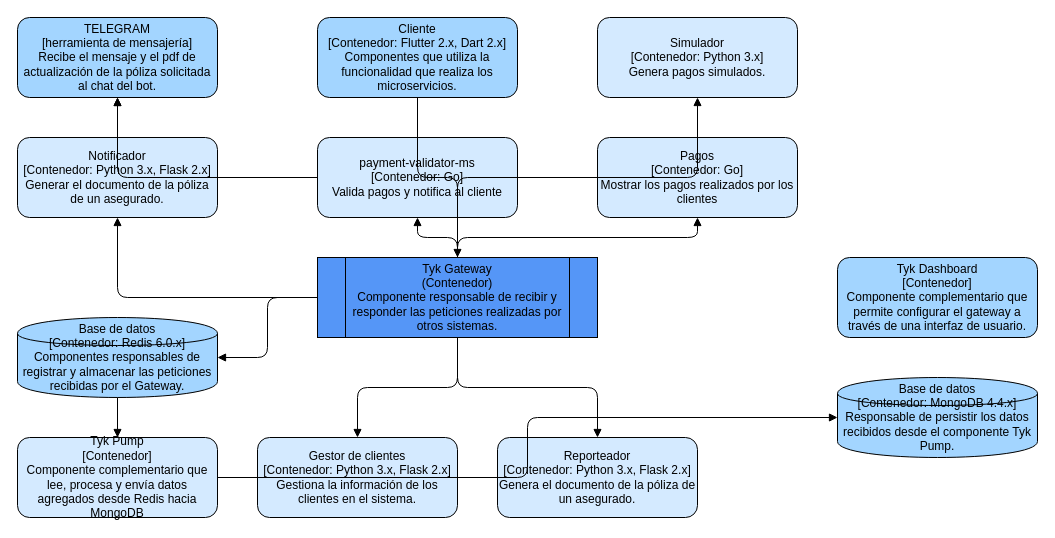
Earlier version of the draw.io diagram docs/03microservicios.drawio (AngelJanvier01/docker-microservicios). Source tidied: cells renumbered, new cells numbered last; positions are measured from the earlier drawing's top-left corner, leaving out a move shared by most shapes. Both pictures are drawn from the tidied source at 100%, with x=0, y=0 at pixel (17, 17).
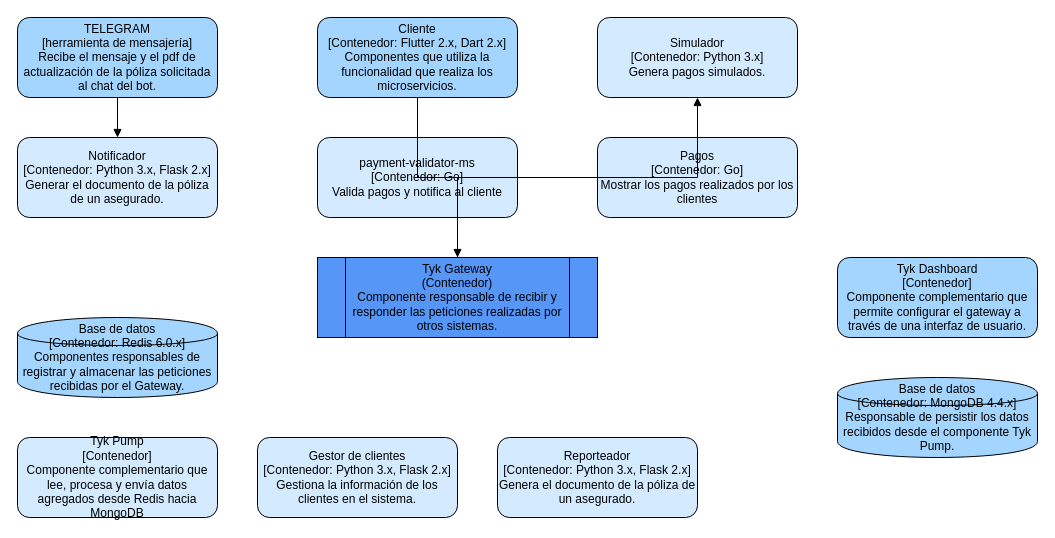
Above is the later version.

The change refers to these unchanged cells:
```xml
<mxCell id="2" value="Tyk Gateway&#10;(Contenedor)&#10;Componente responsable de recibir y responder las peticiones realizadas por otros sistemas." style="shape=process;whiteSpace=wrap;html=1;fillColor=#5596f7;fontSize=12;" parent="1" vertex="1">
  <mxGeometry x="300" y="240" width="280" height="80" as="geometry" />
</mxCell>
<mxCell id="3" value="Cliente&#10;[Contenedor: Flutter 2.x, Dart 2.x]&#10;Componentes que utiliza la funcionalidad que realiza los microservicios." style="shape=rectangle;whiteSpace=wrap;html=1;rounded=1;fillColor=#a3d5ff;fontSize=12;" parent="1" vertex="1">
  <mxGeometry x="300" width="200" height="80" as="geometry" />
</mxCell>
<mxCell id="4" value="TELEGRAM&#10;[herramienta de mensajería]&#10;Recibe el mensaje y el pdf de actualización de la póliza solicitada al chat del bot." style="shape=rectangle;whiteSpace=wrap;html=1;rounded=1;fillColor=#a3d5ff;fontSize=12;" parent="1" vertex="1">
  <mxGeometry width="200" height="80" as="geometry" />
</mxCell>
<mxCell id="5" value="Simulador&#10;[Contenedor: Python 3.x]&#10;Genera pagos simulados." style="shape=rectangle;whiteSpace=wrap;html=1;rounded=1;fillColor=#d4eaff;fontSize=12;" parent="1" vertex="1">
  <mxGeometry x="580" width="200" height="80" as="geometry" />
</mxCell>
<mxCell id="6" value="Notificador&#10;[Contenedor: Python 3.x, Flask 2.x]&#10;Generar el documento de la póliza de un asegurado." style="shape=rectangle;whiteSpace=wrap;html=1;rounded=1;fillColor=#d4eaff;fontSize=12;" parent="1" vertex="1">
  <mxGeometry y="120" width="200" height="80" as="geometry" />
</mxCell>
<mxCell id="7" value="Pagos&#10;[Contenedor: Go]&#10;Mostrar los pagos realizados por los clientes" style="shape=rectangle;whiteSpace=wrap;html=1;rounded=1;fillColor=#d4eaff;fontSize=12;" parent="1" vertex="1">
  <mxGeometry x="580" y="120" width="200" height="80" as="geometry" />
</mxCell>
<mxCell id="8" value="payment-validator-ms&#10;[Contenedor: Go]&#10;Valida pagos y notifica al cliente" style="shape=rectangle;whiteSpace=wrap;html=1;rounded=1;fillColor=#d4eaff;fontSize=12;" parent="1" vertex="1">
  <mxGeometry x="300" y="120" width="200" height="80" as="geometry" />
</mxCell>
<mxCell id="9" value="Base de datos&#10;[Contenedor: Redis 6.0.x]&#10;Componentes responsables de registrar y almacenar las peticiones recibidas por el Gateway." style="shape=cylinder;whiteSpace=wrap;html=1;fillColor=#a3d5ff;fontSize=12;" parent="1" vertex="1">
  <mxGeometry y="300" width="200" height="80" as="geometry" />
</mxCell>
<mxCell id="10" value="Tyk Pump&#10;[Contenedor]&#10;Componente complementario que lee, procesa y envía datos agregados desde Redis hacia MongoDB" style="shape=rectangle;whiteSpace=wrap;html=1;rounded=1;fillColor=#d4eaff;fontSize=12;" parent="1" vertex="1">
  <mxGeometry y="420" width="200" height="80" as="geometry" />
</mxCell>
<mxCell id="11" value="Gestor de clientes&#10;[Contenedor: Python 3.x, Flask 2.x]&#10;Gestiona la información de los clientes en el sistema." style="shape=rectangle;whiteSpace=wrap;html=1;rounded=1;fillColor=#d4eaff;fontSize=12;" parent="1" vertex="1">
  <mxGeometry x="240" y="420" width="200" height="80" as="geometry" />
</mxCell>
<mxCell id="12" value="Reporteador&#10;[Contenedor: Python 3.x, Flask 2.x]&#10;Genera el documento de la póliza de un asegurado." style="shape=rectangle;whiteSpace=wrap;html=1;rounded=1;fillColor=#d4eaff;fontSize=12;" parent="1" vertex="1">
  <mxGeometry x="480" y="420" width="200" height="80" as="geometry" />
</mxCell>
<mxCell id="14" value="Base de datos&#10;[Contenedor: MongoDB 4.4.x]&#10;Responsable de persistir los datos recibidos desde el componente Tyk Pump." style="shape=cylinder;whiteSpace=wrap;html=1;fillColor=#a3d5ff;fontSize=12;" parent="1" vertex="1">
  <mxGeometry x="820" y="360" width="200" height="80" as="geometry" />
</mxCell>
```

Diff of the diagram source:
```diff
@@
-    <mxCell id="15" style="edgeStyle=orthogonalEdgeStyle;rounded=1;html=1;endArrow=block;" parent="1" edge="1" source="3" target="2">
+    <mxCell id="15" style="edgeStyle=orthogonalEdgeStyle;rounded=0;html=1;endArrow=block;" parent="1" edge="1" source="3" target="2">
       <mxGeometry relative="1" as="geometry" />
     </mxCell>
-    <mxCell id="16" style="edgeStyle=orthogonalEdgeStyle;rounded=1;html=1;endArrow=block;" parent="1" edge="1" source="6" target="4">
+    <mxCell id="16" style="edgeStyle=orthogonalEdgeStyle;rounded=0;html=1;endArrow=block;" parent="1" edge="1" source="4" target="6">
       <mxGeometry relative="1" as="geometry" />
     </mxCell>
-    <mxCell id="17" style="edgeStyle=orthogonalEdgeStyle;rounded=1;html=1;endArrow=block;" parent="1" edge="1" source="2" target="5">
+    <mxCell id="17" style="edgeStyle=orthogonalEdgeStyle;rounded=0;html=1;endArrow=block;" parent="1" edge="1" source="2" target="5">
       <mxGeometry relative="1" as="geometry" />
     </mxCell>
-    <mxCell id="18" style="edgeStyle=orthogonalEdgeStyle;rounded=1;html=1;endArrow=block;" parent="1" edge="1" source="2" target="7">
-      <mxGeometry relative="1" as="geometry" />
-    </mxCell>
-    <mxCell id="19" style="edgeStyle=orthogonalEdgeStyle;rounded=1;html=1;endArrow=block;" parent="1" edge="1" source="2" target="8">
-      <mxGeometry relative="1" as="geometry" />
-    </mxCell>
-    <mxCell id="20" style="edgeStyle=orthogonalEdgeStyle;rounded=1;html=1;endArrow=block;" parent="1" edge="1" source="2" target="12">
-      <mxGeometry relative="1" as="geometry" />
-    </mxCell>
-    <mxCell id="21" style="edgeStyle=orthogonalEdgeStyle;rounded=1;html=1;endArrow=block;" parent="1" edge="1" source="2" target="11">
-      <mxGeometry relative="1" as="geometry" />
-    </mxCell>
-    <mxCell id="22" style="edgeStyle=orthogonalEdgeStyle;rounded=1;html=1;endArrow=block;" parent="1" edge="1" source="2" target="6">
-      <mxGeometry relative="1" as="geometry" />
-    </mxCell>
-    <mxCell id="23" style="edgeStyle=orthogonalEdgeStyle;rounded=1;html=1;endArrow=block;" parent="1" edge="1" source="8" target="4">
-      <mxGeometry relative="1" as="geometry" />
-    </mxCell>
-    <mxCell id="24" style="edgeStyle=orthogonalEdgeStyle;rounded=1;html=1;endArrow=block;" parent="1" edge="1" source="9" target="10">
-      <mxGeometry relative="1" as="geometry" />
-    </mxCell>
-    <mxCell id="25" style="edgeStyle=orthogonalEdgeStyle;rounded=1;html=1;endArrow=block;" parent="1" edge="1" source="10" target="14">
-      <mxGeometry relative="1" as="geometry" />
-    </mxCell>
-    <mxCell id="26" style="edgeStyle=orthogonalEdgeStyle;rounded=1;html=1;endArrow=block;" parent="1" edge="1" source="2" target="9">
-      <mxGeometry relative="1" as="geometry" />
-    </mxCell>
```
